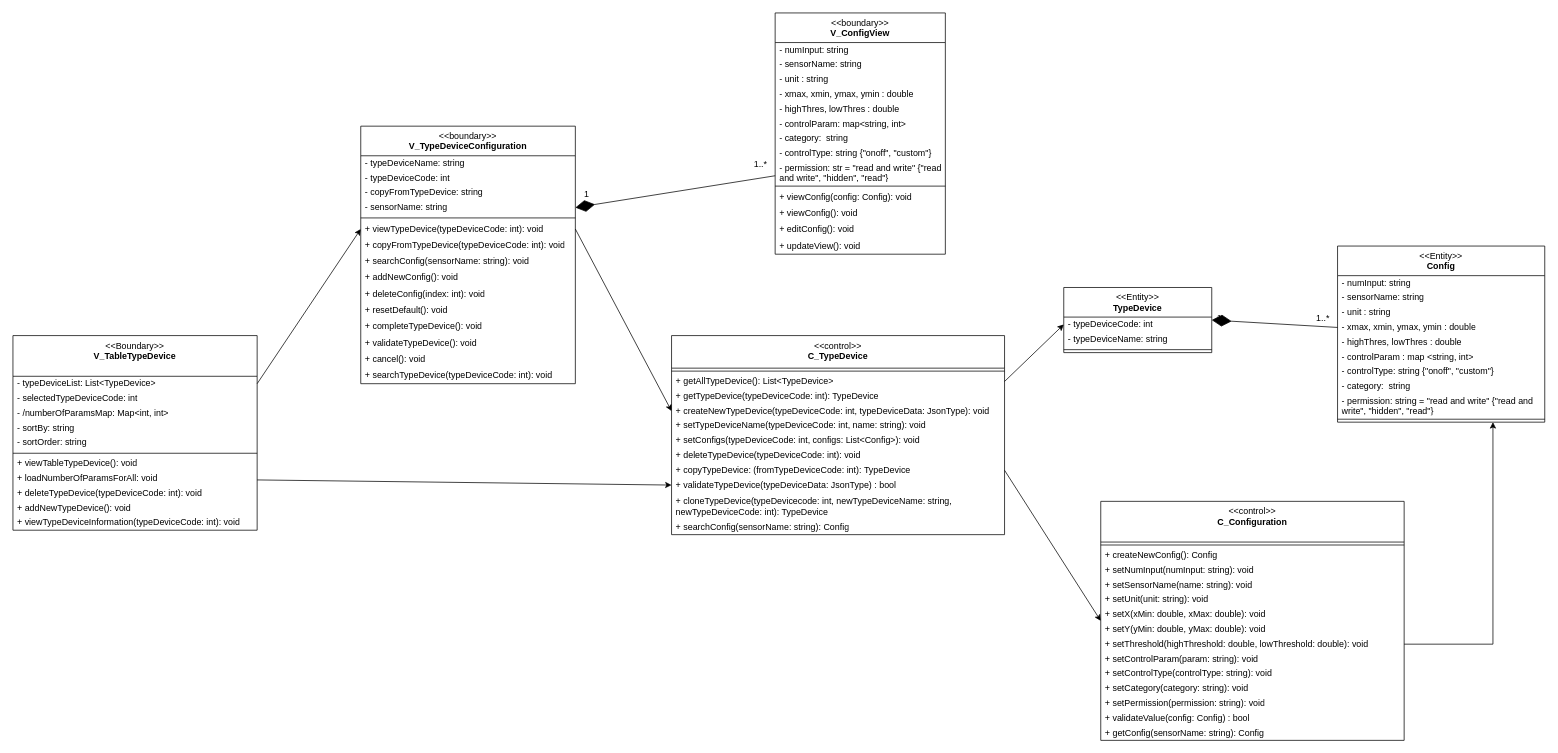
Earlier version of the draw.io diagram Class diagram/type_device_management_class.drawio (cuongceg/BTL-IT3120). Source tidied: cells renumbered, new cells numbered last; positions are measured from the earlier drawing's top-left corner, leaving out a move shared by most shapes. Both pictures are drawn from the tidied source at 74%, with x=0, y=0 at pixel (13, 13).
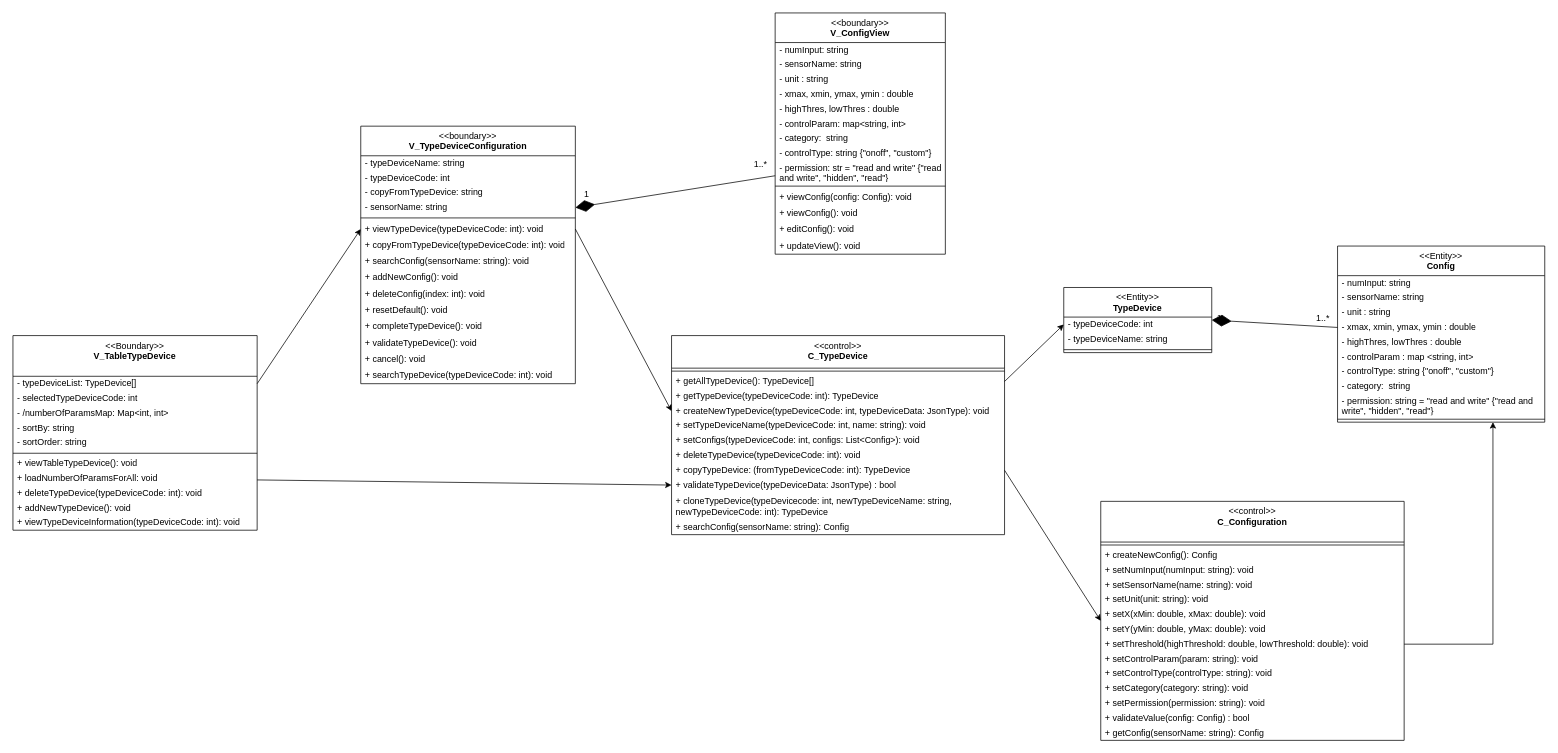
The same page after the edit.

Commit message:
fix: fix symbol of array

The change refers to these unchanged cells:
```xml
<mxCell id="18" value="&amp;lt;&amp;lt;control&amp;gt;&amp;gt;&lt;br&gt;&lt;b&gt;C_TypeDevice&lt;/b&gt;&lt;div&gt;&lt;br&gt;&lt;/div&gt;" style="swimlane;fontStyle=0;align=center;verticalAlign=top;horizontal=1;startSize=44;html=1;whiteSpace=wrap;" parent="1" vertex="1">
  <mxGeometry x="890" y="436" width="450" height="269" as="geometry" />
</mxCell>
<mxCell id="69" value="&amp;lt;&amp;lt;Boundary&amp;gt;&amp;gt;&lt;br&gt;&lt;b&gt;V_TableTypeDevice&lt;/b&gt;" style="swimlane;fontStyle=0;align=center;verticalAlign=top;horizontal=1;startSize=55;html=1;whiteSpace=wrap;" parent="1" vertex="1">
  <mxGeometry y="436" width="330" height="263" as="geometry" />
</mxCell>
```

Diff of the diagram source:
```diff
@@
-    <mxCell id="20" value="&lt;div&gt;+ getAllTypeDevice(): List&amp;lt;TypeDevice&amp;gt;&lt;/div&gt;" style="text;html=1;strokeColor=none;fillColor=none;align=left;verticalAlign=middle;spacingLeft=4;spacingRight=4;overflow=hidden;points=[[0,0.5],[1,0.5]];portConstraint=eastwest;whiteSpace=wrap;" parent="18" vertex="1">
+    <mxCell id="20" value="&lt;div&gt;+ getAllTypeDevice(): TypeDevice[]&lt;/div&gt;" style="text;html=1;strokeColor=none;fillColor=none;align=left;verticalAlign=middle;spacingLeft=4;spacingRight=4;overflow=hidden;points=[[0,0.5],[1,0.5]];portConstraint=eastwest;whiteSpace=wrap;" parent="18" vertex="1">
       <mxGeometry y="52" width="450" height="20" as="geometry" />
     </mxCell>
@@
-    <mxCell id="70" value="- typeDeviceList: List&amp;lt;TypeDevice&amp;gt;" style="text;html=1;strokeColor=none;fillColor=none;align=left;verticalAlign=middle;spacingLeft=4;spacingRight=4;overflow=hidden;points=[[0,0.5],[1,0.5]];portConstraint=eastwest;whiteSpace=wrap;" parent="69" vertex="1">
+    <mxCell id="70" value="- typeDeviceList: TypeDevice[]" style="text;html=1;strokeColor=none;fillColor=none;align=left;verticalAlign=middle;spacingLeft=4;spacingRight=4;overflow=hidden;points=[[0,0.5],[1,0.5]];portConstraint=eastwest;whiteSpace=wrap;" parent="69" vertex="1">
       <mxGeometry y="55" width="330" height="20" as="geometry" />
     </mxCell>
```
